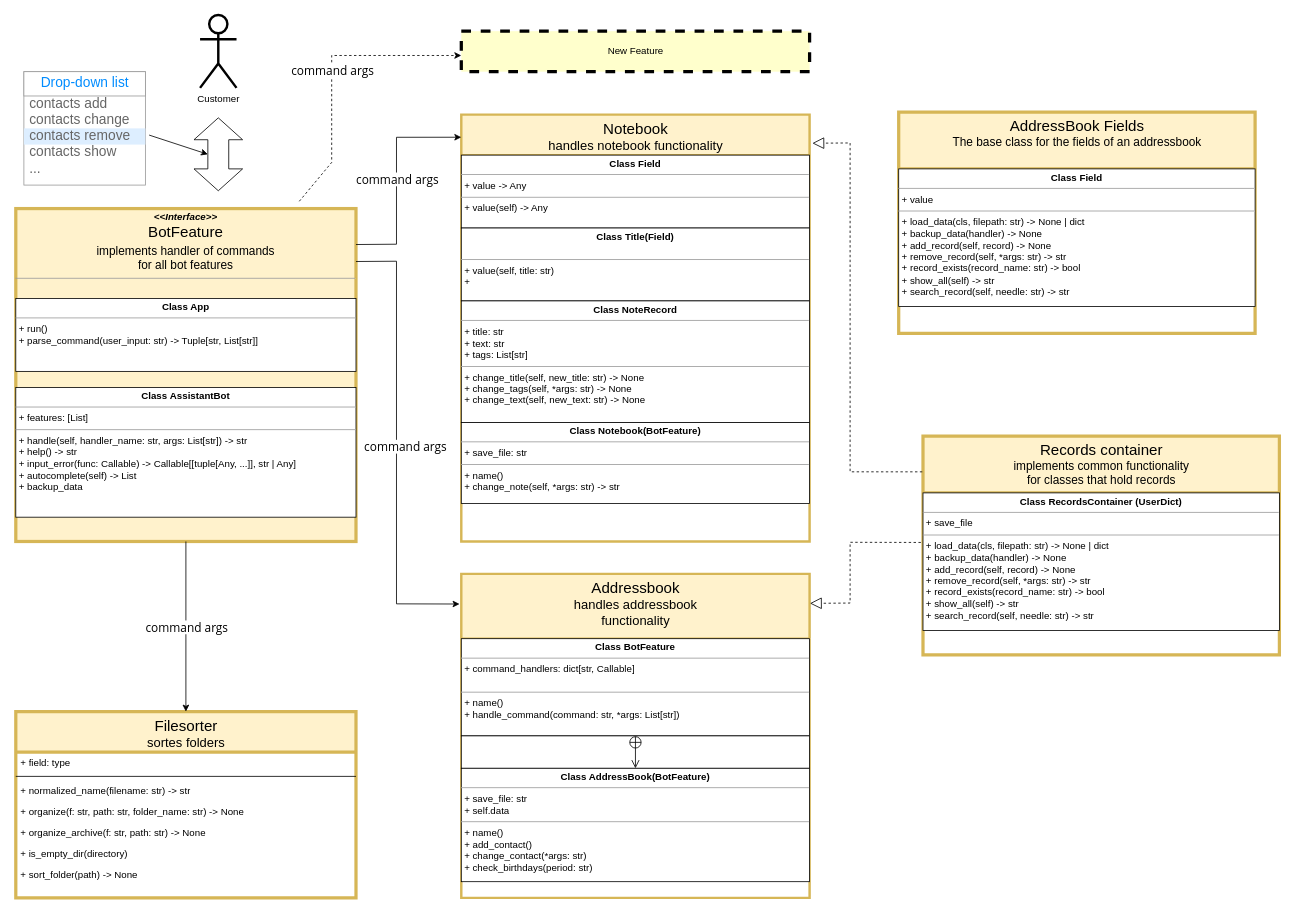
PavelDushinskiy/GoIT-WEB-HW02 keeps this draw.io diagram as helper_bot_team_1.drawio. Above is the earlier version. Source tidied: cells renumbered, new cells numbered last; positions are measured from the earlier drawing's top-left corner, leaving out a move shared by most shapes. Both pictures are drawn from the tidied source at 81%, with x=0, y=0 at pixel (15, 15).
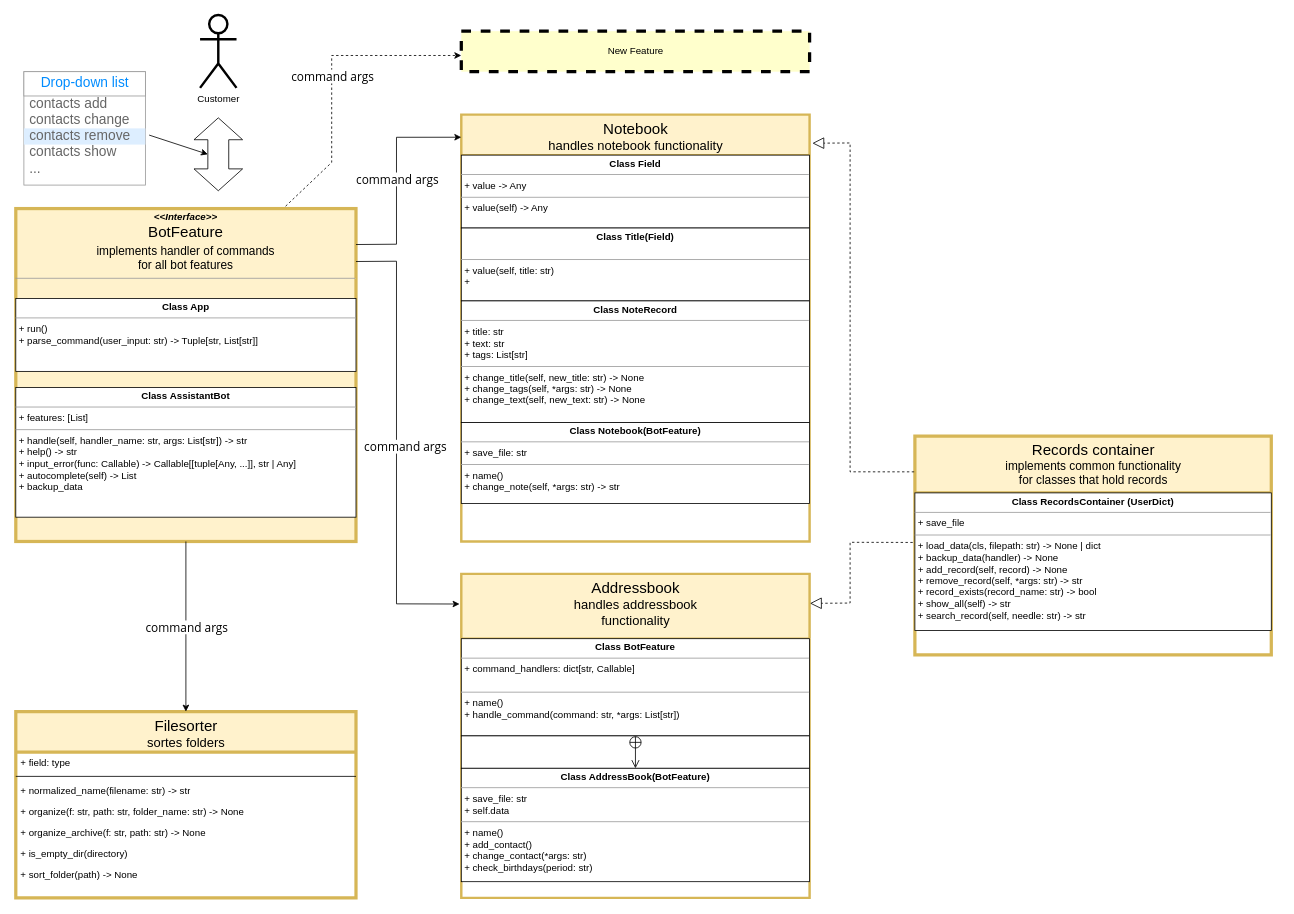
After the change.

Unchanged cells that the change refers to:
```xml
<mxCell id="22" value="&lt;p style=&quot;margin:0px;margin-top:4px;text-align:center;&quot;&gt;&lt;i&gt;&lt;b&gt;&amp;lt;&amp;lt;Interface&amp;gt;&amp;gt;&lt;/b&gt;&lt;/i&gt;&lt;br&gt;&lt;/p&gt;&lt;p style=&quot;line-height:1.2;text-align: center;margin-top:0pt;margin-bottom:0pt;&quot; dir=&quot;ltr&quot;&gt;&lt;span style=&quot;font-size: 14pt; font-family: Arial; color: rgb(0, 0, 0); background-color: transparent; font-weight: 400; font-style: normal; font-variant: normal; text-decoration: none; vertical-align: baseline;&quot;&gt;BotFeature&lt;/span&gt;&lt;/p&gt;&lt;p style=&quot;margin:0px;margin-top:4px;text-align:center;&quot;&gt;&lt;span id=&quot;docs-internal-guid-a344973a-7fff-190a-9e88-1d810033c727&quot;&gt;&lt;/span&gt;&lt;/p&gt;&lt;p style=&quot;line-height:1.2;text-align: center;margin-top:0pt;margin-bottom:0pt;&quot; dir=&quot;ltr&quot;&gt;&lt;span style=&quot;font-size: 11pt; font-family: Arial; color: rgb(0, 0, 0); background-color: transparent; font-weight: 400; font-style: normal; font-variant: normal; text-decoration: none; vertical-align: baseline;&quot;&gt;implements handler of commands &lt;br&gt;for all bot features&lt;/span&gt;&lt;/p&gt;&lt;hr size=&quot;1&quot;&gt;&lt;p style=&quot;margin:0px;margin-left:4px;&quot;&gt;&lt;br&gt;&lt;/p&gt;" style="verticalAlign=top;align=left;overflow=fill;fontSize=12;fontFamily=Helvetica;html=1;rounded=0;shadow=0;comic=0;labelBackgroundColor=none;strokeWidth=4;fillColor=#fff2cc;strokeColor=#d6b656;" parent="1" vertex="1">
  <mxGeometry y="239" width="420" height="411" as="geometry" />
</mxCell>
```

What changed in the source:
```diff
@@
     <mxCell id="2" value="&lt;span id=&quot;docs-internal-guid-6816174d-7fff-ccf1-88b6-65116feb5ed2&quot; style=&quot;font-weight:normal;&quot;&gt;&lt;p style=&quot;line-height: 1.2; margin-top: 0pt; margin-bottom: 0pt;&quot; dir=&quot;ltr&quot;&gt;&lt;span style=&quot;font-size: 14pt; font-family: Arial; background-color: transparent; font-variant-numeric: normal; font-variant-east-asian: normal; vertical-align: baseline;&quot;&gt;Records container&lt;/span&gt;&lt;/p&gt;&lt;p style=&quot;line-height: 1.2; margin-top: 0pt; margin-bottom: 0pt;&quot; dir=&quot;ltr&quot;&gt;&lt;span style=&quot;font-size: 11pt; font-family: Arial; background-color: transparent; font-variant-numeric: normal; font-variant-east-asian: normal; vertical-align: baseline;&quot;&gt;implements common functionality &lt;br&gt;for classes that hold records&lt;/span&gt;&lt;/p&gt;&lt;div&gt;&lt;span style=&quot;font-size: 11pt; font-family: Arial; background-color: transparent; font-variant-numeric: normal; font-variant-east-asian: normal; vertical-align: baseline;&quot;&gt;&lt;br&gt;&lt;/span&gt;&lt;/div&gt;&lt;/span&gt;" style="swimlane;html=1;fontStyle=1;align=center;verticalAlign=top;horizontal=1;startSize=70;swimlaneFillColor=#ffffff;rounded=0;shadow=0;comic=0;labelBackgroundColor=none;strokeWidth=4;fillColor=#fff2cc;fontFamily=Verdana;fontSize=12;strokeColor=#d6b656;" parent="1" vertex="1">
-      <mxGeometry x="1120" y="520" width="440" height="270" as="geometry" />
+      <mxGeometry x="1110" y="520" width="440" height="270" as="geometry" />
     </mxCell>
@@
-    <mxCell id="43" style="endArrow=classic;html=1;rounded=0;entryX=0;entryY=0.053;entryDx=0;entryDy=0;entryPerimeter=0;dashed=1;" parent="1" edge="1">
+    <mxCell id="43" style="endArrow=classic;html=1;rounded=0;entryX=0;entryY=0.053;entryDx=0;entryDy=0;entryPerimeter=0;dashed=1;exitX=0.793;exitY=-0.007;exitDx=0;exitDy=0;exitPerimeter=0;" parent="1" edge="1" source="22">
       <mxGeometry relative="1" as="geometry">
-        <mxPoint x="350" y="230" as="sourcePoint" />
         <mxPoint x="550" y="50" as="targetPoint" />
         <Array as="points">
           <mxPoint x="390" y="182" />
           <mxPoint x="390" y="50" />
         </Array>
       </mxGeometry>
     </mxCell>
@@
-    <mxCell id="46" value="&lt;span id=&quot;docs-internal-guid-6816174d-7fff-ccf1-88b6-65116feb5ed2&quot; style=&quot;&quot;&gt;&lt;p style=&quot;font-weight: normal; line-height: 1.2; margin-top: 0pt; margin-bottom: 0pt;&quot; dir=&quot;ltr&quot;&gt;&lt;font face=&quot;Arial&quot;&gt;&lt;span style=&quot;font-size: 18.6667px;&quot;&gt;AddressBook Fields&lt;/span&gt;&lt;/font&gt;&lt;/p&gt;&lt;p style=&quot;line-height: 1.2; margin-top: 0pt; margin-bottom: 0pt;&quot; dir=&quot;ltr&quot;&gt;&lt;font face=&quot;Arial&quot;&gt;&lt;span style=&quot;font-size: 14.6667px; font-weight: 400;&quot;&gt;The base class for the fields of an addressbook&lt;/span&gt;&lt;/font&gt;&lt;br&gt;&lt;/p&gt;&lt;/span&gt;" style="swimlane;html=1;fontStyle=1;align=center;verticalAlign=top;horizontal=1;startSize=70;swimlaneFillColor=#ffffff;rounded=0;shadow=0;comic=0;labelBackgroundColor=none;strokeWidth=4;fillColor=#fff2cc;fontFamily=Verdana;fontSize=12;strokeColor=#d6b656;" parent="1" vertex="1">
-      <mxGeometry x="1090" y="120" width="440" height="273" as="geometry" />
-    </mxCell>
-    <mxCell id="47" value="&lt;p style=&quot;margin:0px;margin-top:4px;text-align:center;&quot;&gt;&lt;b&gt;Class&amp;nbsp;&lt;/b&gt;&lt;b style=&quot;background-color: initial;&quot;&gt;Field&lt;/b&gt;&lt;/p&gt;&lt;hr size=&quot;1&quot;&gt;&lt;p style=&quot;margin:0px;margin-left:4px;&quot;&gt;+ value&lt;/p&gt;&lt;hr size=&quot;1&quot;&gt;&lt;p style=&quot;margin:0px;margin-left:4px;&quot;&gt;+&amp;nbsp;load_data(cls, filepath: str) -&amp;gt; None | dict&lt;/p&gt;&lt;p style=&quot;margin:0px;margin-left:4px;&quot;&gt;+&amp;nbsp;backup_data(handler) -&amp;gt; None&lt;/p&gt;&lt;p style=&quot;margin:0px;margin-left:4px;&quot;&gt;+&amp;nbsp;add_record(self, record) -&amp;gt; None&lt;/p&gt;&lt;p style=&quot;margin:0px;margin-left:4px;&quot;&gt;+&amp;nbsp;remove_record(self, *args: str) -&amp;gt; str&lt;/p&gt;&lt;p style=&quot;margin:0px;margin-left:4px;&quot;&gt;+&amp;nbsp;record_exists(record_name: str) -&amp;gt; bool&lt;/p&gt;&lt;p style=&quot;margin:0px;margin-left:4px;&quot;&gt;+&amp;nbsp;show_all(self) -&amp;gt; str&lt;/p&gt;&lt;p style=&quot;margin:0px;margin-left:4px;&quot;&gt;+&amp;nbsp;search_record(self, needle: str) -&amp;gt; str&lt;/p&gt;&lt;p style=&quot;margin:0px;margin-left:4px;&quot;&gt;&lt;br&gt;&lt;/p&gt;" style="verticalAlign=top;align=left;overflow=fill;fontSize=12;fontFamily=Helvetica;html=1;comic=0;" parent="46" vertex="1">
-      <mxGeometry y="70" width="440" height="170" as="geometry" />
-    </mxCell>
```
